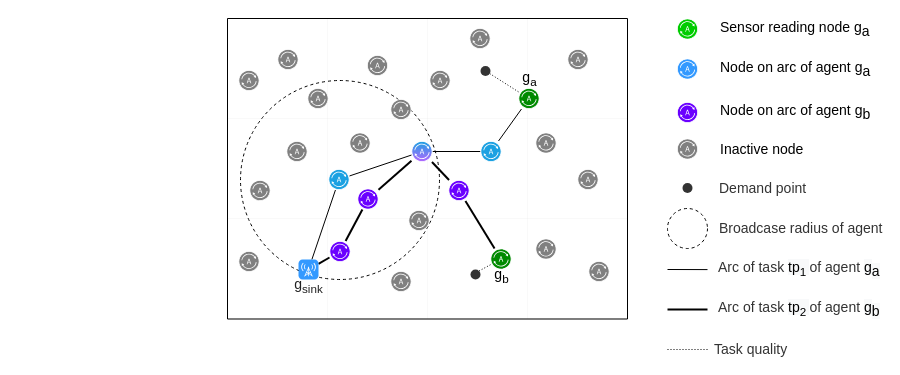
sevenmachines/els_energy_optimisation_and_adaptive_coverage_in_wsn_systems keeps this draw.io diagram as source/grid_concept.drawio. Above is the earlier version. Source tidied: cells renumbered, new cells numbered last; positions are measured from the earlier drawing's top-left corner, leaving out a move shared by most shapes. Both pictures are drawn from the tidied source at 100%, with x=0, y=0 at pixel (227, 18).
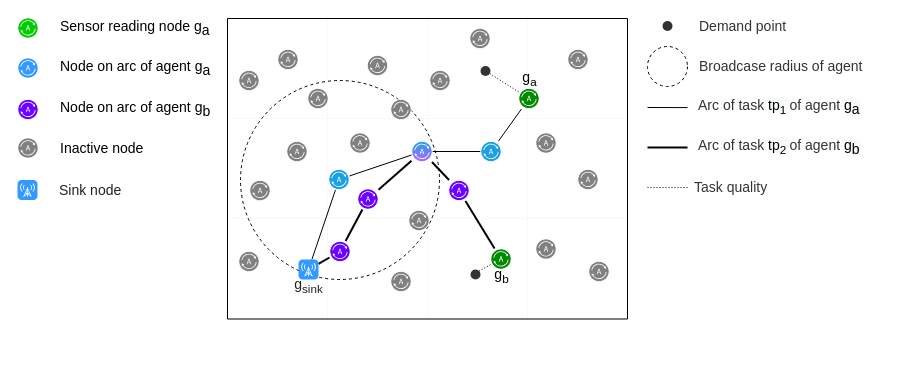
Above is the later version.

Change to the diagram source:
```diff
@@
     <mxCell id="8" value="Sensor reading node g&lt;sub style=&quot;font-size: 14px&quot;&gt;a&lt;/sub&gt;" style="shadow=0;dashed=0;html=1;labelPosition=right;verticalLabelPosition=middle;verticalAlign=middle;align=left;shape=mxgraph.veeam2.agent;labelBackgroundColor=none;fillColor=#00CC00;spacingLeft=20;fontSize=14;" parent="1" vertex="1">
-      <mxGeometry x="449.5" width="21" height="21" as="geometry" />
+      <mxGeometry x="-210" y="-1" width="21" height="21" as="geometry" />
     </mxCell>
     <mxCell id="9" value="Node on arc of agent g&lt;sub style=&quot;font-size: 14px&quot;&gt;a&lt;/sub&gt;" style="shadow=0;dashed=0;html=1;labelPosition=right;verticalLabelPosition=middle;verticalAlign=middle;align=left;shape=mxgraph.veeam2.agent;labelBackgroundColor=none;fillColor=#3399FF;spacingLeft=20;fontSize=14;" parent="1" vertex="1">
-      <mxGeometry x="449.5" y="40" width="21" height="21" as="geometry" />
+      <mxGeometry x="-210" y="39" width="21" height="21" as="geometry" />
     </mxCell>
@@
     <mxCell id="44" value="Inactive node" style="shadow=0;dashed=0;html=1;labelPosition=right;verticalLabelPosition=middle;verticalAlign=middle;align=left;shape=mxgraph.veeam2.agent;labelBackgroundColor=none;fillColor=#808080;spacingLeft=20;fontSize=14;" parent="1" vertex="1">
-      <mxGeometry x="449.5" y="120" width="21" height="21" as="geometry" />
+      <mxGeometry x="-210" y="119" width="21" height="21" as="geometry" />
     </mxCell>
     <mxCell id="45" value="Demand point" style="ellipse;html=1;dashed=1;labelBackgroundColor=none;fontColor=#333333;fillColor=#333333;strokeColor=none;labelPosition=right;verticalLabelPosition=middle;align=left;verticalAlign=middle;fontSize=14;textDirection=ltr;spacingLeft=25;" parent="1" vertex="1">
-      <mxGeometry x="455" y="164.5" width="10" height="10" as="geometry" />
+      <mxGeometry x="435" y="2.5" width="10" height="10" as="geometry" />
     </mxCell>
     <mxCell id="46" value="Broadcase radius of agent" style="ellipse;html=1;labelBackgroundColor=none;strokeColor=#000000;fontColor=#333333;fillColor=none;dashed=1;labelPosition=right;verticalLabelPosition=middle;align=left;verticalAlign=middle;spacingLeft=10;fontSize=14;" parent="1" vertex="1">
-      <mxGeometry x="440" y="190" width="40" height="40" as="geometry" />
+      <mxGeometry x="420" y="28" width="40" height="40" as="geometry" />
     </mxCell>
     <mxCell id="47" value="Arc of task&amp;nbsp;&lt;span style=&quot;color: rgb(0 , 0 , 0) ; background-color: rgb(248 , 249 , 250)&quot;&gt;tp&lt;/span&gt;&lt;span style=&quot;color: rgb(0 , 0 , 0) ; background-color: rgb(248 , 249 , 250)&quot;&gt;&lt;sub&gt;1&amp;nbsp;&lt;/sub&gt;&lt;/span&gt;of agent&amp;nbsp;&lt;span style=&quot;color: rgb(0 , 0 , 0) ; background-color: rgb(248 , 249 , 250)&quot;&gt;g&lt;/span&gt;&lt;sub style=&quot;color: rgb(0 , 0 , 0) ; background-color: rgb(248 , 249 , 250) ; font-size: 14px&quot;&gt;a&lt;/sub&gt;" style="edgeStyle=none;rounded=0;orthogonalLoop=1;jettySize=auto;html=1;endArrow=none;endFill=0;fontColor=#333333;labelPosition=right;verticalLabelPosition=middle;align=left;verticalAlign=middle;spacingLeft=29;fontSize=14;" parent="1" edge="1">
       <mxGeometry relative="1" as="geometry">
-        <mxPoint x="440" y="251" as="sourcePoint" />
-        <mxPoint x="480" y="251.1" as="targetPoint" />
+        <mxPoint x="420" y="89" as="sourcePoint" />
+        <mxPoint x="460" y="89.1" as="targetPoint" />
       </mxGeometry>
     </mxCell>
     <mxCell id="48" value="Task quality" style="edgeStyle=none;rounded=0;orthogonalLoop=1;jettySize=auto;html=1;endArrow=none;endFill=0;fontSize=14;fontColor=#333333;dashed=1;dashPattern=1 2;labelPosition=right;verticalLabelPosition=middle;align=left;verticalAlign=middle;labelBackgroundColor=none;spacingLeft=25;" parent="1" edge="1">
       <mxGeometry relative="1" as="geometry">
-        <mxPoint x="480" y="331" as="sourcePoint" />
-        <mxPoint x="440" y="331" as="targetPoint" />
+        <mxPoint x="460" y="169" as="sourcePoint" />
+        <mxPoint x="420" y="169" as="targetPoint" />
       </mxGeometry>
     </mxCell>
@@
     <mxCell id="51" value="&lt;font color=&quot;#000000&quot;&gt;Node on arc of agent g&lt;sub style=&quot;font-size: 14px&quot;&gt;b&lt;/sub&gt;&lt;/font&gt;" style="shadow=0;dashed=0;html=1;labelPosition=right;verticalLabelPosition=middle;verticalAlign=middle;align=left;shape=mxgraph.veeam2.agent;labelBackgroundColor=none;fillColor=#6a00ff;spacingLeft=20;fontSize=14;strokeColor=#3700CC;fontColor=#ffffff;" parent="1" vertex="1">
-      <mxGeometry x="449.5" y="83.5" width="21" height="21" as="geometry" />
+      <mxGeometry x="-210" y="80.5" width="21" height="21" as="geometry" />
     </mxCell>
     <mxCell id="52" value="Arc of task&amp;nbsp;&lt;span style=&quot;color: rgb(0 , 0 , 0) ; background-color: rgb(248 , 249 , 250)&quot;&gt;tp&lt;/span&gt;&lt;span style=&quot;color: rgb(0 , 0 , 0) ; background-color: rgb(248 , 249 , 250)&quot;&gt;&lt;sub&gt;2&amp;nbsp;&lt;/sub&gt;&lt;/span&gt;of agent&amp;nbsp;&lt;span style=&quot;color: rgb(0 , 0 , 0) ; background-color: rgb(248 , 249 , 250)&quot;&gt;g&lt;/span&gt;&lt;sub style=&quot;color: rgb(0 , 0 , 0) ; background-color: rgb(248 , 249 , 250) ; font-size: 14px&quot;&gt;b&lt;/sub&gt;" style="edgeStyle=none;rounded=0;orthogonalLoop=1;jettySize=auto;html=1;endArrow=none;endFill=0;fontColor=#333333;labelPosition=right;verticalLabelPosition=middle;align=left;verticalAlign=middle;spacingLeft=29;fontSize=14;strokeWidth=2;" parent="1" edge="1">
       <mxGeometry relative="1" as="geometry">
-        <mxPoint x="440" y="291" as="sourcePoint" />
-        <mxPoint x="480" y="291" as="targetPoint" />
+        <mxPoint x="420" y="129" as="sourcePoint" />
+        <mxPoint x="460" y="129" as="targetPoint" />
       </mxGeometry>
     </mxCell>
+    <mxCell id="53" value="Sink node" style="html=1;strokeWidth=1;shadow=0;dashed=0;shape=mxgraph.ios7.misc.broadcast;strokeColor=none;buttonText=;strokeColor2=#222222;fontColor=#222222;fontSize=14;verticalLabelPosition=middle;verticalAlign=middle;align=left;fillColor=#3399FF;spacingTop=0;labelPosition=right;spacingLeft=20;" parent="1" vertex="1">
+      <mxGeometry x="-210" y="161.5" width="20" height="20" as="geometry" />
+    </mxCell>
```
